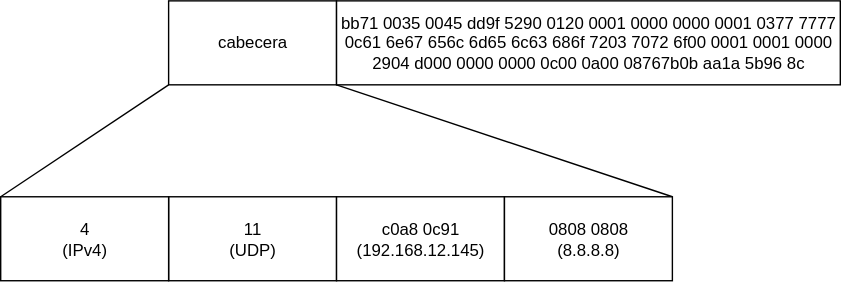
Before: DAW/DPL/T01/Assets/Diagrams/Exported/Datagrama_IPv4_UDP.drawio.svg, a diagram exported from draw.io (FJrodafo/University). Source tidied: cells renumbered, new cells last; positions are measured from the earlier drawing's top-left corner, leaving out a move shared by most shapes. Its diagram source:
```xml
<mxGraphModel>
  <root>
    <mxCell id="0" />
    <mxCell id="1" parent="0" />
    <mxCell id="2" style="group;" parent="1" vertex="1">
      <mxGeometry width="600" height="200" as="geometry" />
    </mxCell>
    <mxCell id="3" style="edgeStyle=none;curved=1;rounded=0;jettySize=auto;html=1;exitX=1;exitY=1;exitDx=0;exitDy=0;fontSize=12;startSize=8;endSize=8;entryX=1;entryY=0;entryDx=0;entryDy=0;endArrow=none;endFill=0;" parent="2" edge="1" source="5" target="10">
      <mxGeometry relative="1" as="geometry" />
    </mxCell>
    <mxCell id="4" style="edgeStyle=none;curved=1;rounded=0;jettySize=auto;html=1;exitX=0;exitY=1;exitDx=0;exitDy=0;entryX=0;entryY=0;entryDx=0;entryDy=0;fontSize=12;startSize=8;endSize=8;endArrow=none;endFill=0;" parent="2" edge="1" source="5" target="8">
      <mxGeometry relative="1" as="geometry" />
    </mxCell>
    <mxCell id="5" value="cabecera" style="rounded=0;whiteSpace=wrap;html=1;" parent="2" vertex="1">
      <mxGeometry x="120" width="120" height="60" as="geometry" />
    </mxCell>
    <mxCell id="6" value="&lt;div&gt;bb71 0035 0045 dd9f 5290 0120 0001 0000 0000 0001 0377 7777&lt;/div&gt;&lt;div&gt;0c61 6e67 656c 6d65 6c63 686f 7203 7072 6f00 0001 0001 0000&lt;/div&gt;&lt;div&gt;2904 d000 0000 0000 0c00 0a00 08767b0b aa1a 5b96 8c&lt;/div&gt;" style="rounded=0;whiteSpace=wrap;html=1;fontColor=light-dark(#000000,#FFFF00);" parent="2" vertex="1">
      <mxGeometry x="240" width="360" height="60" as="geometry" />
    </mxCell>
    <mxCell id="7" value="11&lt;div&gt;(UDP)&lt;/div&gt;" style="rounded=0;whiteSpace=wrap;html=1;fontColor=light-dark(#000000,#FF0000);" parent="2" vertex="1">
      <mxGeometry x="120" y="140" width="120" height="60" as="geometry" />
    </mxCell>
    <mxCell id="8" value="&lt;div&gt;4&lt;/div&gt;&lt;div&gt;(IPv4)&lt;/div&gt;" style="rounded=0;whiteSpace=wrap;html=1;fontColor=light-dark(#000000,#00FF00);" parent="2" vertex="1">
      <mxGeometry y="140" width="120" height="60" as="geometry" />
    </mxCell>
    <mxCell id="9" value="&lt;div&gt;c0a8 0c91&lt;/div&gt;&lt;div&gt;(192.168.12.145)&lt;/div&gt;" style="rounded=0;whiteSpace=wrap;html=1;fontColor=light-dark(#000000,#00FFFF);" parent="2" vertex="1">
      <mxGeometry x="240" y="140" width="120" height="60" as="geometry" />
    </mxCell>
    <mxCell id="10" value="0808 0808&lt;div&gt;(8.8.8.8)&lt;/div&gt;" style="rounded=0;whiteSpace=wrap;html=1;fontColor=light-dark(#000000,#FF00FF);" parent="2" vertex="1">
      <mxGeometry x="360" y="140" width="120" height="60" as="geometry" />
    </mxCell>
  </root>
</mxGraphModel>
```
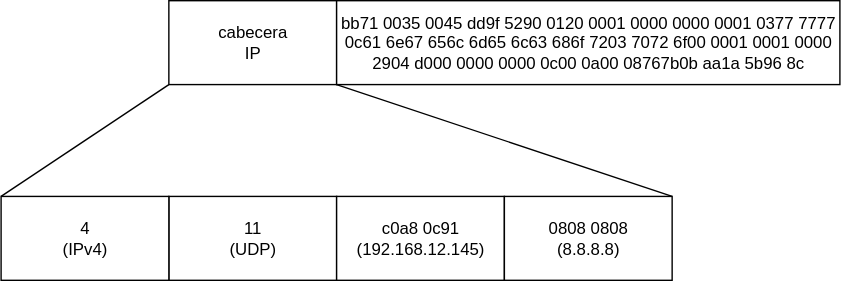
The same diagram one commit later.

Commit message:
Fix Datagrama IP from DAW/DPL/T01

What changed in the source:
```diff
@@ -11,7 +11,7 @@
     <mxCell id="4" style="edgeStyle=none;curved=1;rounded=0;jettySize=auto;html=1;exitX=0;exitY=1;exitDx=0;exitDy=0;entryX=0;entryY=0;entryDx=0;entryDy=0;fontSize=12;startSize=8;endSize=8;endArrow=none;endFill=0;" parent="2" edge="1" source="5" target="8">
       <mxGeometry relative="1" as="geometry" />
     </mxCell>
-    <mxCell id="5" value="cabecera" style="rounded=0;whiteSpace=wrap;html=1;" parent="2" vertex="1">
+    <mxCell id="5" value="&lt;div&gt;cabecera&lt;/div&gt;IP" style="rounded=0;whiteSpace=wrap;html=1;" parent="2" vertex="1">
       <mxGeometry x="120" width="120" height="60" as="geometry" />
     </mxCell>
     <mxCell id="6" value="&lt;div&gt;bb71 0035 0045 dd9f 5290 0120 0001 0000 0000 0001 0377 7777&lt;/div&gt;&lt;div&gt;0c61 6e67 656c 6d65 6c63 686f 7203 7072 6f00 0001 0001 0000&lt;/div&gt;&lt;div&gt;2904 d000 0000 0000 0c00 0a00 08767b0b aa1a 5b96 8c&lt;/div&gt;" style="rounded=0;whiteSpace=wrap;html=1;fontColor=light-dark(#000000,#FFFF00);" parent="2" vertex="1">
```
